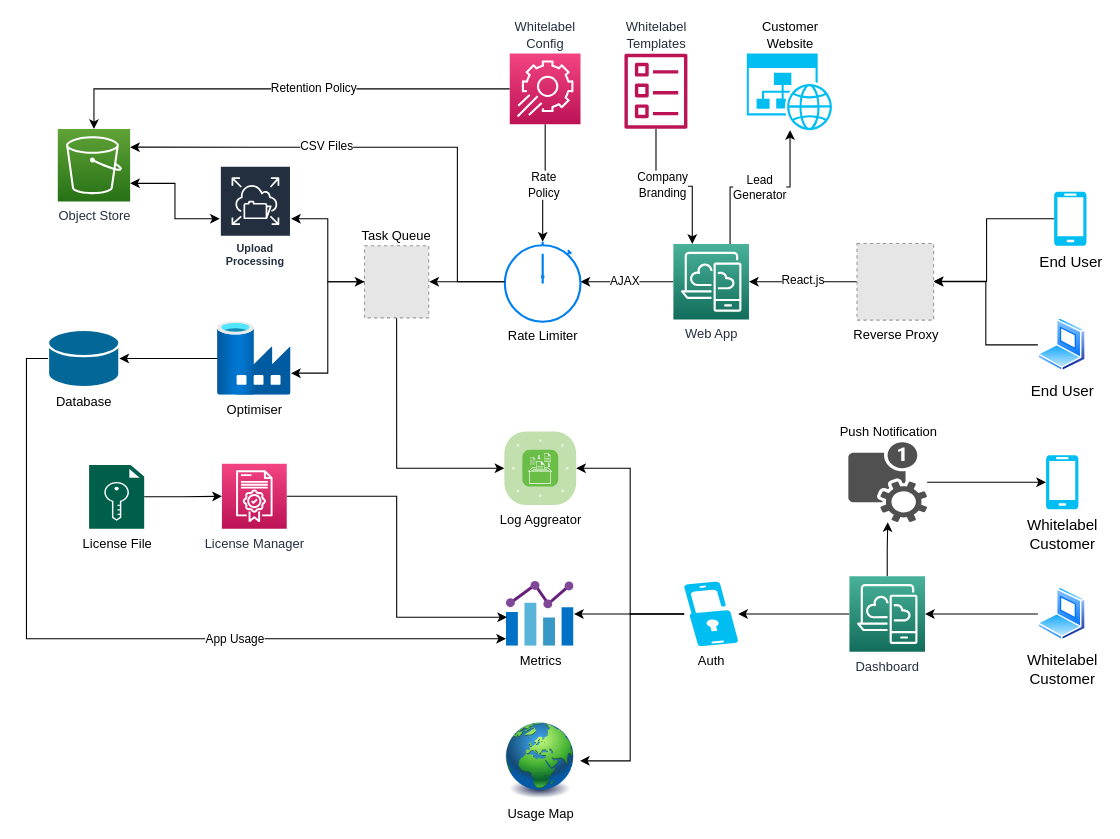
Before: page "New" (1 of 2) of architecture.drawio in rbrown-orxa/LC_App_2_microservices, a draw.io diagram. Source tidied: cells renumbered, new cells numbered last; positions are measured from the earlier drawing's top-left corner, leaving out a move shared by most shapes. Both pictures are drawn from the tidied source at 108%, with x=0, y=0 at pixel (48, 53). Pictures stored in the file or linked from it are replaced by grey dashed boxes.
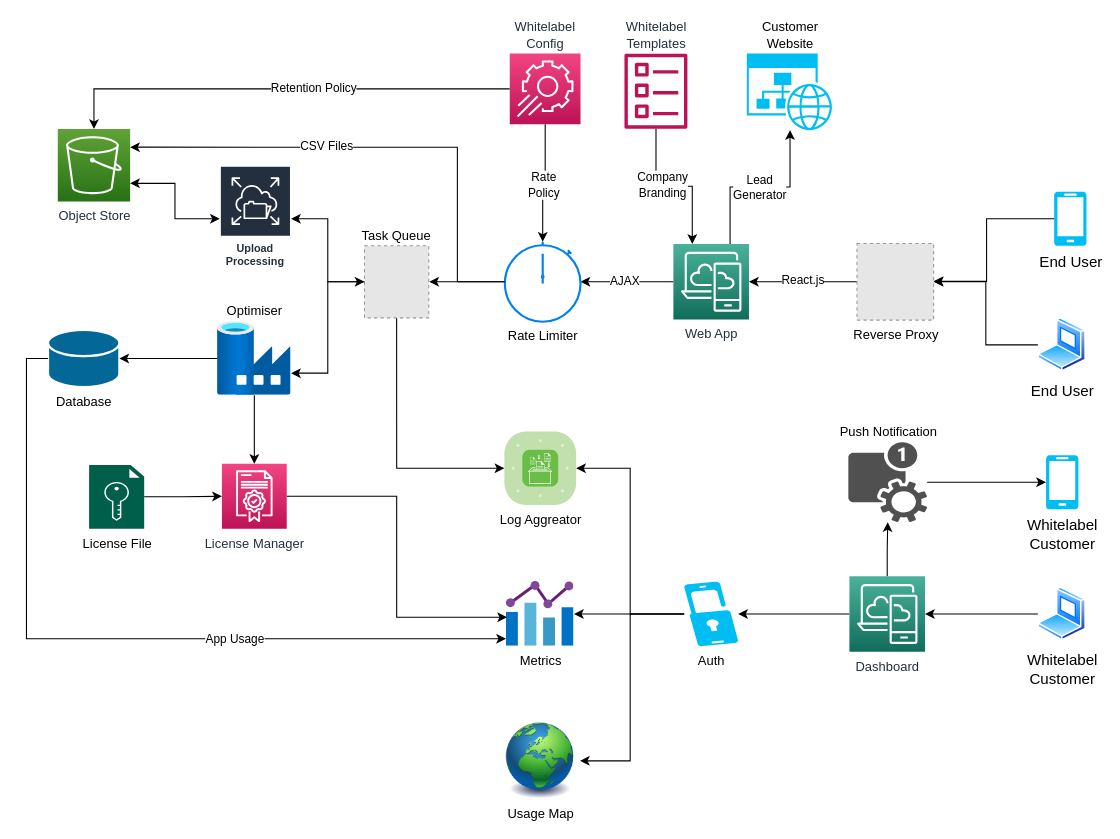
The same page after the edit.

Commit message (it also covers changes not shown here):
updated arch diagram

Unchanged cells that the change refers to:
```xml
<mxCell id="50" value="License Manager" style="points=[[0,0,0],[0.25,0,0],[0.5,0,0],[0.75,0,0],[1,0,0],[0,1,0],[0.25,1,0],[0.5,1,0],[0.75,1,0],[1,1,0],[0,0.25,0],[0,0.5,0],[0,0.75,0],[1,0.25,0],[1,0.5,0],[1,0.75,0]];points=[[0,0,0],[0.25,0,0],[0.5,0,0],[0.75,0,0],[1,0,0],[0,1,0],[0.25,1,0],[0.5,1,0],[0.75,1,0],[1,1,0],[0,0.25,0],[0,0.5,0],[0,0.75,0],[1,0.25,0],[1,0.5,0],[1,0.75,0]];outlineConnect=0;fontColor=#232F3E;gradientColor=#F34482;gradientDirection=north;fillColor=#BC1356;strokeColor=#ffffff;dashed=0;verticalLabelPosition=bottom;verticalAlign=top;align=center;html=1;fontSize=12;fontStyle=0;shape=mxgraph.aws4.resourceIcon;resIcon=mxgraph.aws4.license_manager;" parent="1" vertex="1">
  <mxGeometry x="161" y="380" width="60" height="60" as="geometry" />
</mxCell>
```

The edit, as a diff of the source:
```diff
@@
+    <mxCell id="57" style="edgeStyle=orthogonalEdgeStyle;rounded=0;jettySize=auto;html=1;startArrow=none;startFill=0;endArrow=classic;endFill=1;fontSize=14;" parent="1" edge="1" source="14" target="50">
+      <mxGeometry relative="1" as="geometry" />
+    </mxCell>
-    <mxCell id="14" value="Optimiser" style="html=1;points=[];align=center;image;fontSize=12;image=img/lib/azure2/databases/Data_Factory.svg;" parent="1" vertex="1">
+    <mxCell id="14" value="Optimiser" style="html=1;points=[];align=center;image;fontSize=12;image=img/lib/azure2/databases/Data_Factory.svg;labelPosition=center;verticalLabelPosition=top;verticalAlign=bottom;" parent="1" vertex="1">
       <mxGeometry x="157" y="248.4" width="68" height="68" as="geometry" />
     </mxCell>
```
